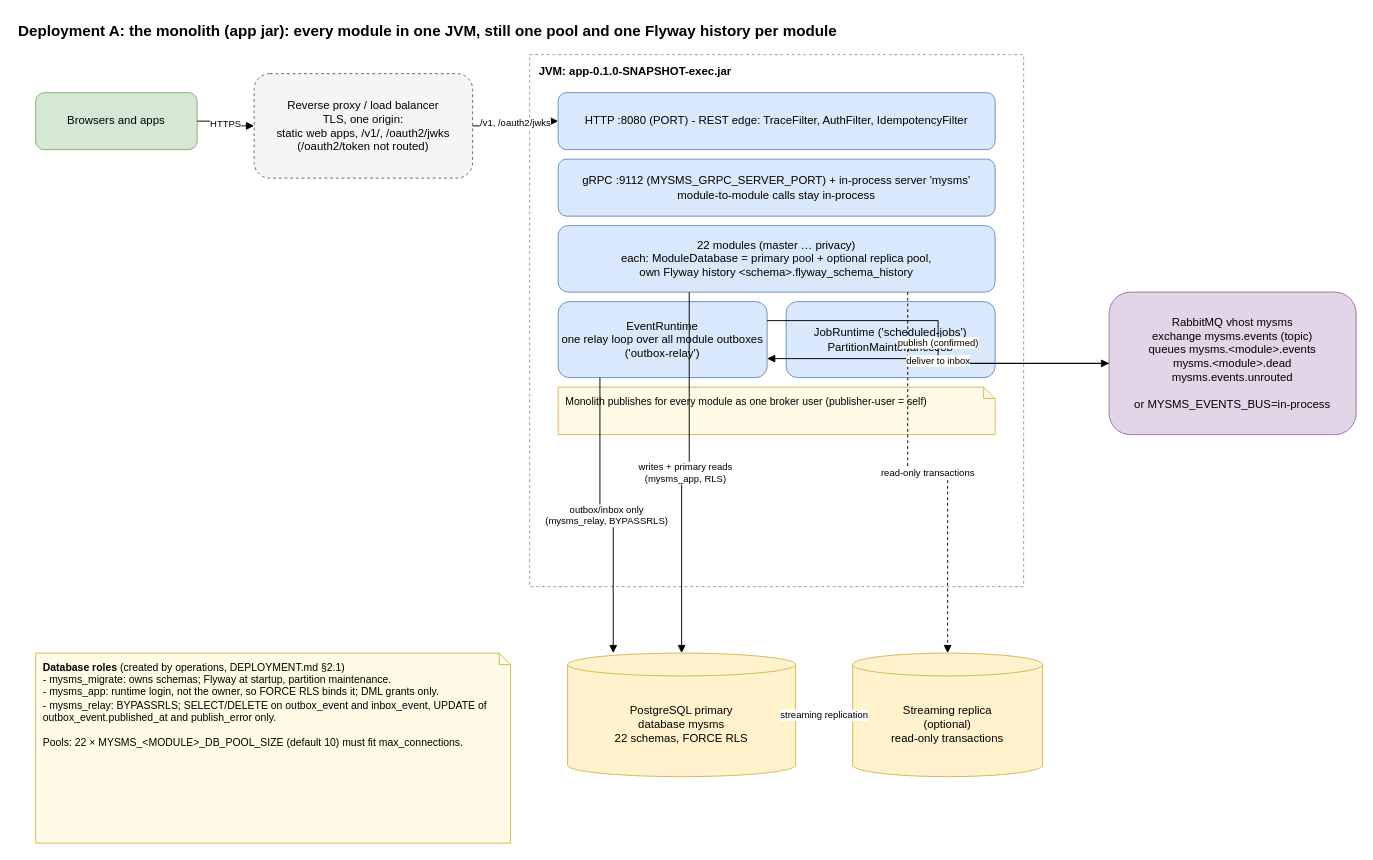
Before: page "Monolith (one process)" (1 of 2) of docs/diagrams/architecture/deployment.drawio in root0109/mysms, a draw.io diagram. Source tidied: cells renumbered, new cells numbered last; positions are measured from the earlier drawing's top-left corner, leaving out a move shared by most shapes. Both pictures are drawn from the tidied source at 95%, with x=0, y=0 at pixel (16, 16).
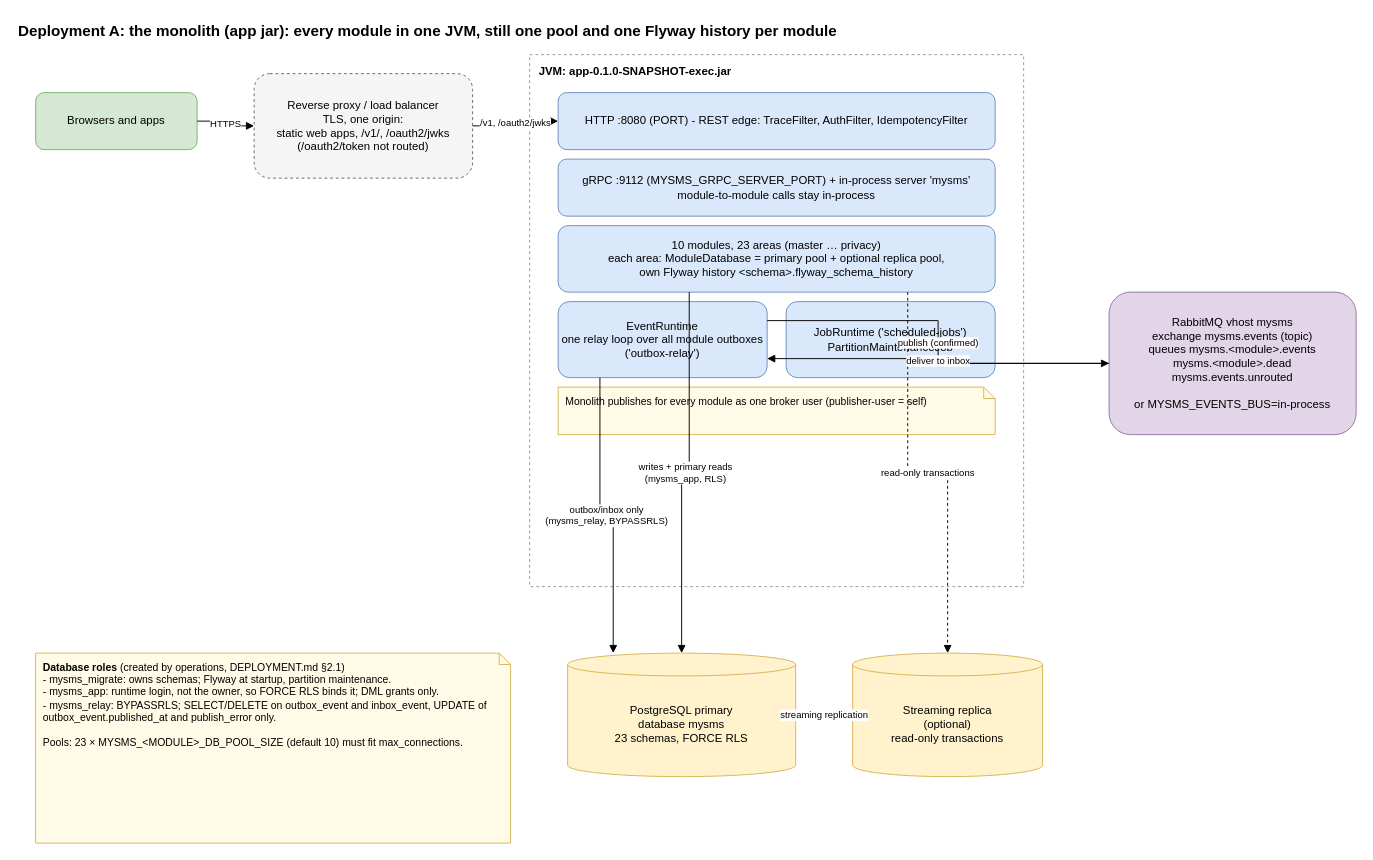
The same diagram, later.

Change to the diagram source:
```diff
@@
-    <mxCell id="8" value="22 modules (master … privacy)&lt;br&gt;each: ModuleDatabase = primary pool + optional replica pool,&lt;br&gt;own Flyway history &amp;lt;schema&amp;gt;.flyway_schema_history" style="rounded=1;whiteSpace=wrap;html=1;fillColor=#dae8fc;strokeColor=#6c8ebf;" parent="1" vertex="1">
+    <mxCell id="8" value="10 modules, 23 areas (master … privacy)&lt;br&gt;each area: ModuleDatabase = primary pool + optional replica pool,&lt;br&gt;own Flyway history &amp;lt;schema&amp;gt;.flyway_schema_history" style="rounded=1;whiteSpace=wrap;html=1;fillColor=#dae8fc;strokeColor=#6c8ebf;" parent="1" vertex="1">
       <mxGeometry x="570" y="220" width="460" height="70" as="geometry" />
     </mxCell>
@@
-    <mxCell id="12" value="PostgreSQL primary&lt;br&gt;database mysms&lt;br&gt;22 schemas, FORCE RLS" style="shape=cylinder3;whiteSpace=wrap;html=1;boundedLbl=1;backgroundOutline=1;size=12;fillColor=#fff2cc;strokeColor=#d6b656;" parent="1" vertex="1">
+    <mxCell id="12" value="PostgreSQL primary&lt;br&gt;database mysms&lt;br&gt;23 schemas, FORCE RLS" style="shape=cylinder3;whiteSpace=wrap;html=1;boundedLbl=1;backgroundOutline=1;size=12;fillColor=#fff2cc;strokeColor=#d6b656;" parent="1" vertex="1">
       <mxGeometry x="580" y="670" width="240" height="130" as="geometry" />
     </mxCell>
@@
-    <mxCell id="23" value="&lt;b&gt;Database roles&lt;/b&gt; (created by operations, DEPLOYMENT.md §2.1)&lt;br&gt;- mysms_migrate: owns schemas; Flyway at startup, partition maintenance.&lt;br&gt;- mysms_app: runtime login, not the owner, so FORCE RLS binds it; DML grants only.&lt;br&gt;- mysms_relay: BYPASSRLS; SELECT/DELETE on outbox_event and inbox_event, UPDATE of outbox_event.published_at and publish_error only.&lt;br&gt;&lt;br&gt;Pools: 22 × MYSMS_&amp;lt;MODULE&amp;gt;_DB_POOL_SIZE (default 10) must fit max_connections." style="shape=note;whiteSpace=wrap;html=1;size=12;fillColor=#fffbe6;strokeColor=#d6b656;align=left;verticalAlign=top;spacingLeft=6;spacingTop=2;fontSize=11;" parent="1" vertex="1">
+    <mxCell id="23" value="&lt;b&gt;Database roles&lt;/b&gt; (created by operations, DEPLOYMENT.md §2.1)&lt;br&gt;- mysms_migrate: owns schemas; Flyway at startup, partition maintenance.&lt;br&gt;- mysms_app: runtime login, not the owner, so FORCE RLS binds it; DML grants only.&lt;br&gt;- mysms_relay: BYPASSRLS; SELECT/DELETE on outbox_event and inbox_event, UPDATE of outbox_event.published_at and publish_error only.&lt;br&gt;&lt;br&gt;Pools: 23 × MYSMS_&amp;lt;MODULE&amp;gt;_DB_POOL_SIZE (default 10) must fit max_connections." style="shape=note;whiteSpace=wrap;html=1;size=12;fillColor=#fffbe6;strokeColor=#d6b656;align=left;verticalAlign=top;spacingLeft=6;spacingTop=2;fontSize=11;" parent="1" vertex="1">
       <mxGeometry x="20" y="670" width="500" height="200" as="geometry" />
     </mxCell>
```
